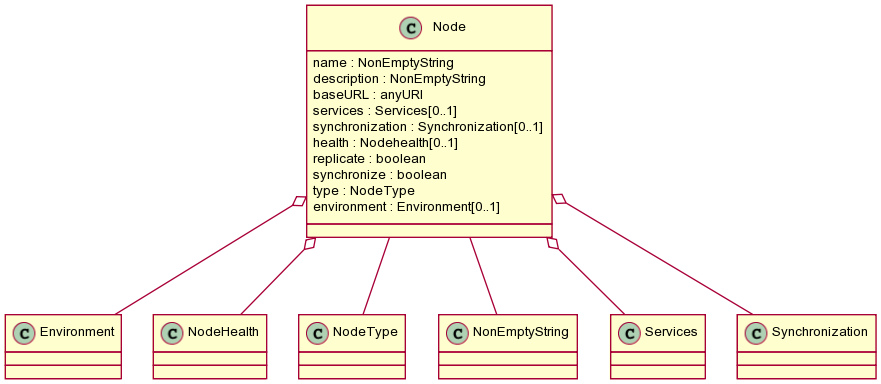
datadavev/DataONE_architecture keeps this PlantUML diagram as source/apis/images/class_node.png. Above is the earlier version.
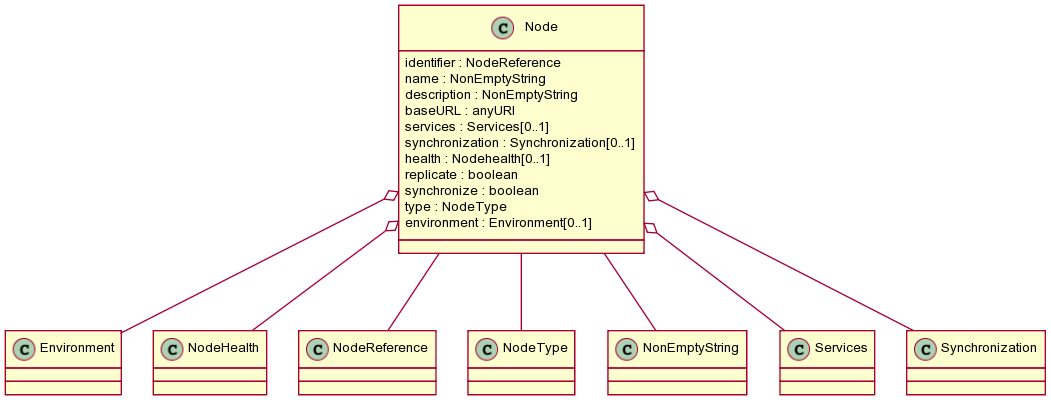
After the commit.

Change to the diagram source:
```diff
@@ -57,6 +57,7 @@
 skinparam usecaseArrowFontSize 7
 skinparam usecaseArrowFontName arial
 class Node {
+  identifier : NodeReference
   name : NonEmptyString
   description : NonEmptyString
   baseURL : anyURI
@@ -68,6 +69,7 @@
   type : NodeType
   environment : Environment[0..1]
 }
+Node -- NodeReference
 Node -- NonEmptyString
 Node o-- Services
 Node o-- Synchronization
```
